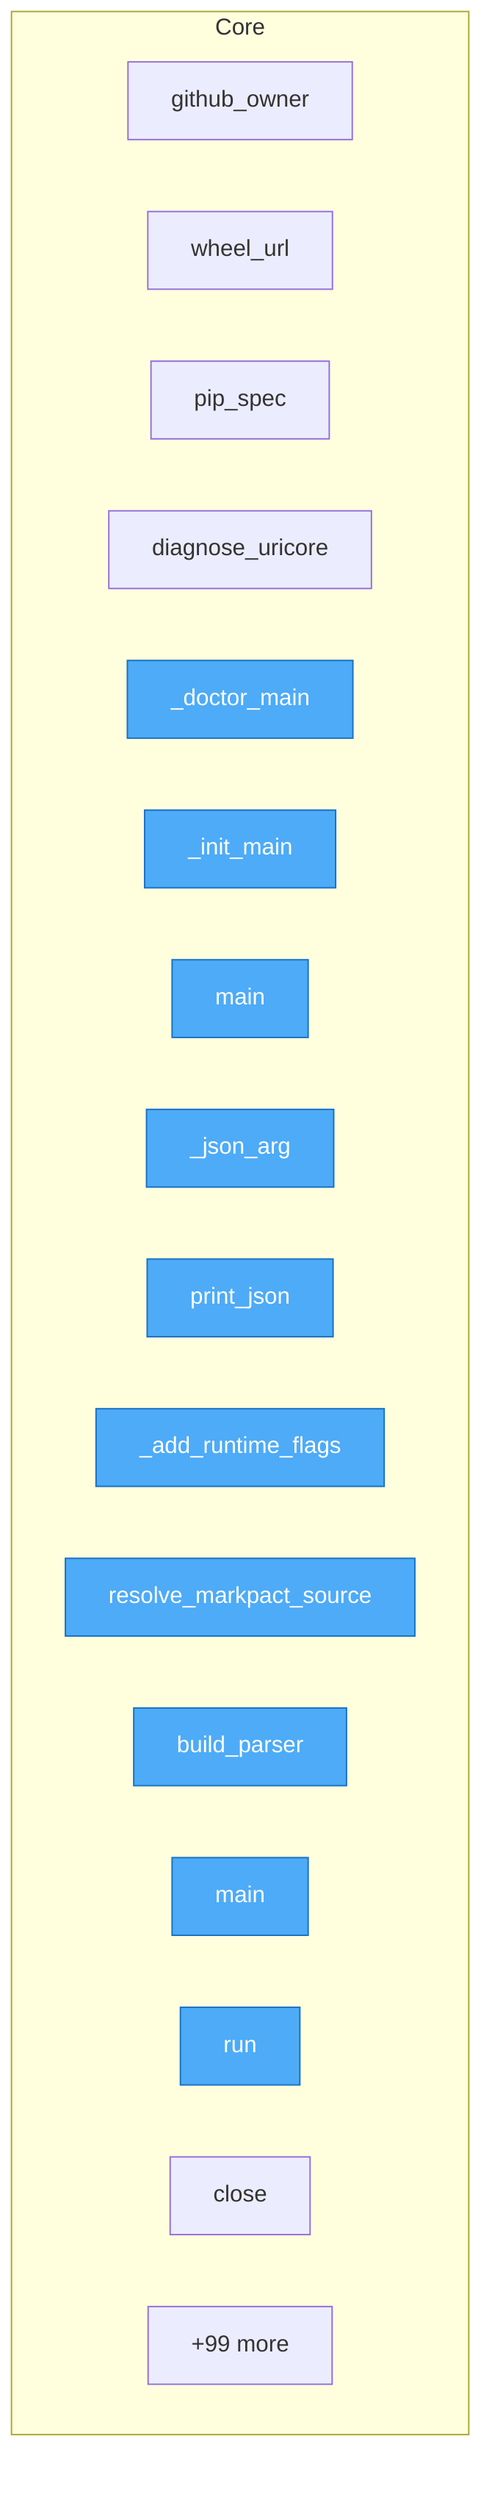
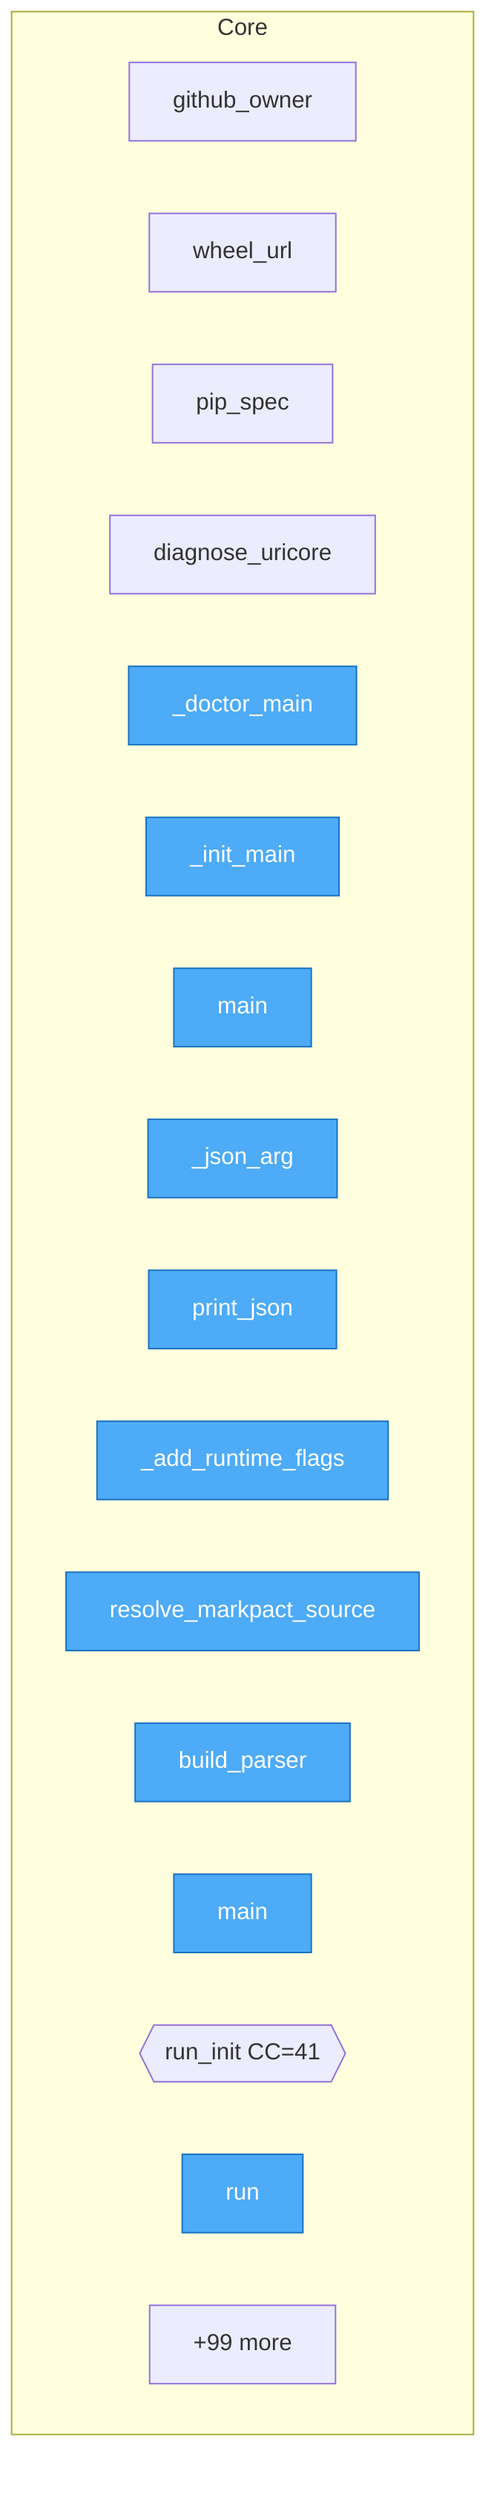
flowchart TD
%% generated in 0.01s

    %% Entry points (blue)
    classDef entry fill:#4dabf7,stroke:#1971c2,color:#fff

    subgraph Core
        src__urisys__uricore_install__github_owner["github_owner"]
        src__urisys__uricore_install__wheel_url["wheel_url"]
        src__urisys__uricore_install__pip_spec["pip_spec"]
        src__urisys__uricore_install__diagnose_uricore["diagnose_uricore"]
        src__urisys__bootstrap___doctor_main["_doctor_main"]
        src__urisys__bootstrap___init_main["_init_main"]
        src__urisys__bootstrap__main["main"]
        src__urisys__cli___json_arg["_json_arg"]
        src__urisys__cli__print_json["print_json"]
        src__urisys__cli___add_runtime_flags["_add_runtime_flags"]
        src__urisys__cli__resolve_markpact_source["resolve_markpact_source"]
        src__urisys__cli__build_parser["build_parser"]
        src__urisys__cli__main["main"]
+         src__urisys__init_setup__run_init{{run_init CC=41}}
        src__urisys__controllers__flow_controller__FlowController__run["run"]
-         src__urisys__controllers__flow_controller__FlowController__close["close"]
        ...["+99 more"]
    end

    class src__urisys__bootstrap___doctor_main,src__urisys__bootstrap___init_main,src__urisys__bootstrap__main,src__urisys__cli___json_arg,src__urisys__cli__print_json,src__urisys__cli___add_runtime_flags,src__urisys__cli__resolve_markpact_source,src__urisys__cli__build_parser,src__urisys__cli__main,src__urisys__controllers__flow_controller__FlowController__run entry
